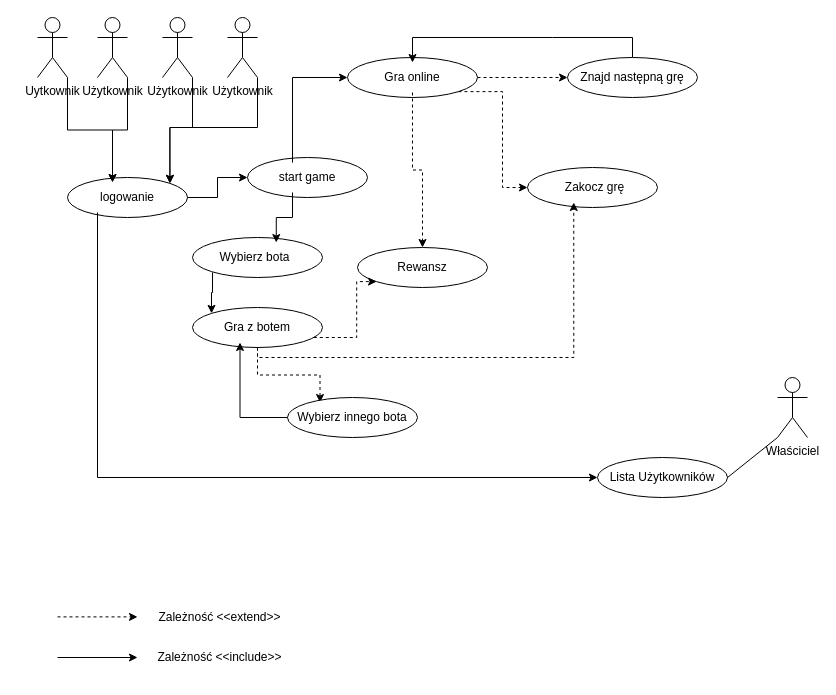
This is diagramy/przypadki uzycia/Diagram1.drawio from vovka-star/1234, a draw.io file, before an edit. Source tidied: cells renumbered, new cells numbered last; positions are measured from the earlier drawing's top-left corner, leaving out a move shared by most shapes. Both pictures are drawn from the tidied source at 100%, with x=0, y=0 at pixel (37, 17).
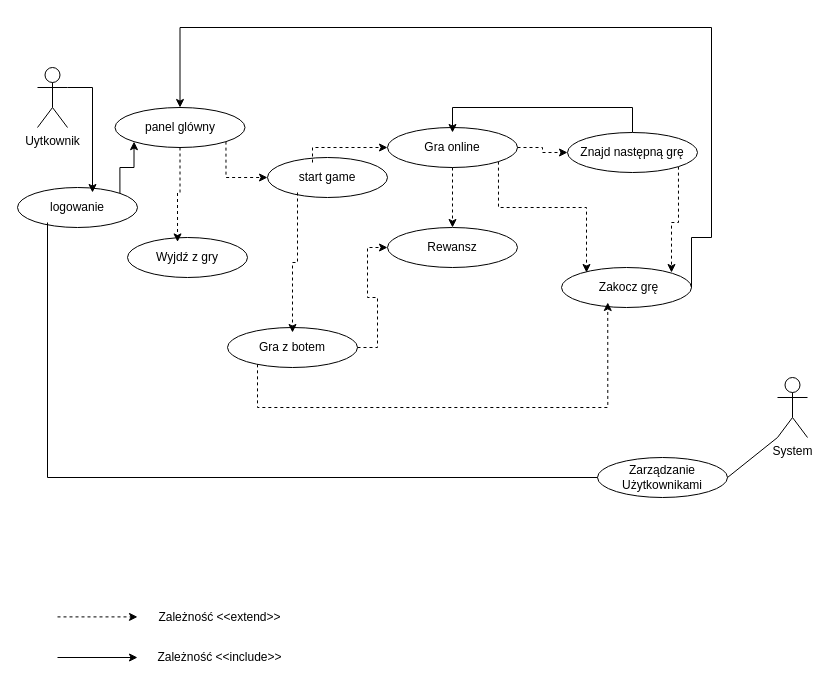
After the change.

Commit message (it also covers changes not shown here):
Przypadkowy diagram update

The change refers to these unchanged cells:
```xml
<mxCell id="8" style="ellipse;whiteSpace=wrap;html=1;shapeInside=1;" parent="7" vertex="1">
  <mxGeometry width="120" height="40" as="geometry" />
</mxCell>
<mxCell id="9" value="logowanie" style="text;html=1;whiteSpace=wrap;strokeColor=none;fillColor=none;align=center;verticalAlign=middle;rounded=0;" parent="7" vertex="1">
  <mxGeometry x="30" y="5" width="60" height="30" as="geometry" />
</mxCell>
<mxCell id="11" style="ellipse;whiteSpace=wrap;html=1;shapeInside=1;" parent="10" vertex="1">
  <mxGeometry width="120" height="40" as="geometry" />
</mxCell>
<mxCell id="12" value="start game" style="text;html=1;whiteSpace=wrap;strokeColor=none;fillColor=none;align=center;verticalAlign=middle;rounded=0;" parent="10" vertex="1">
  <mxGeometry x="30" y="5" width="60" height="30" as="geometry" />
</mxCell>
<mxCell id="17" style="ellipse;whiteSpace=wrap;html=1;shapeInside=1;" parent="16" vertex="1">
  <mxGeometry width="130" height="40" as="geometry" />
</mxCell>
<mxCell id="18" value="Gra online" style="text;html=1;whiteSpace=wrap;strokeColor=none;fillColor=none;align=center;verticalAlign=middle;rounded=0;" parent="16" vertex="1">
  <mxGeometry x="35" y="5" width="60" height="30" as="geometry" />
</mxCell>
<mxCell id="28" style="ellipse;whiteSpace=wrap;html=1;shapeInside=1;" parent="27" vertex="1">
  <mxGeometry width="130" height="40" as="geometry" />
</mxCell>
<mxCell id="29" value="Gra z botem" style="text;html=1;whiteSpace=wrap;strokeColor=none;fillColor=none;align=center;verticalAlign=middle;rounded=0;" parent="27" vertex="1">
  <mxGeometry x="30" y="5" width="70" height="30" as="geometry" />
</mxCell>
<mxCell id="39" style="ellipse;whiteSpace=wrap;html=1;shapeInside=1;strokeColor=default;align=center;verticalAlign=middle;fontFamily=Helvetica;fontSize=12;fontColor=default;fillColor=default;" parent="38" vertex="1">
  <mxGeometry width="130" height="40" as="geometry" />
</mxCell>
<mxCell id="40" value="Zakocz grę" style="text;html=1;whiteSpace=wrap;strokeColor=none;fillColor=none;align=center;verticalAlign=middle;rounded=0;fontFamily=Helvetica;fontSize=12;fontColor=default;" parent="38" vertex="1">
  <mxGeometry x="25" y="5" width="85" height="30" as="geometry" />
</mxCell>
```

Change to the diagram source:
```diff
@@
-    <mxCell id="2" style="edgeStyle=orthogonalEdgeStyle;rounded=0;jettySize=auto;html=1;exitX=1;exitY=1;exitDx=0;exitDy=0;exitPerimeter=0;entryX=0.25;entryY=0;entryDx=0;entryDy=0;fontFamily=Helvetica;fontSize=12;fontColor=default;" parent="1" edge="1" source="3" target="9">
-      <mxGeometry relative="1" as="geometry" />
-    </mxCell>
-    <mxCell id="3" value="Użytkownik" style="shape=umlActor;verticalLabelPosition=bottom;verticalAlign=top;outlineConnect=0;html=1;" parent="1" vertex="1">
-      <mxGeometry x="60" width="30" height="60" as="geometry" />
-    </mxCell>
-    <mxCell id="4" value="Właściciel" style="shape=umlActor;verticalLabelPosition=bottom;verticalAlign=top;html=1;outlineConnect=0;" parent="1" vertex="1">
+    <mxCell id="4" value="System" style="shape=umlActor;verticalLabelPosition=bottom;verticalAlign=top;html=1;outlineConnect=0;" parent="1" vertex="1">
       <mxGeometry x="740" y="360" width="30" height="60" as="geometry" />
     </mxCell>
-    <mxCell id="5" style="edgeStyle=orthogonalEdgeStyle;rounded=0;jettySize=auto;html=1;exitX=1;exitY=1;exitDx=0;exitDy=0;exitPerimeter=0;entryX=1;entryY=0;entryDx=0;entryDy=0;fontFamily=Helvetica;fontSize=12;fontColor=default;" parent="1" edge="1" source="6" target="8">
-      <mxGeometry relative="1" as="geometry" />
-    </mxCell>
-    <mxCell id="6" value="Użytkownik" style="shape=umlActor;verticalLabelPosition=bottom;verticalAlign=top;html=1;outlineConnect=0;" parent="1" vertex="1">
-      <mxGeometry x="190" width="30" height="60" as="geometry" />
-    </mxCell>
     <mxCell id="7" style="group;" parent="1" vertex="1">
-      <mxGeometry x="30" y="160" width="120" height="40" as="geometry" />
+      <mxGeometry x="-20" y="170" width="240" height="90" as="geometry" />
     </mxCell>
@@
+    <mxCell id="55" value="Wyjdź z gry" style="ellipse;whiteSpace=wrap;html=1;shapeInside=1;" parent="7" vertex="1">
+      <mxGeometry x="110" y="50" width="120" height="40" as="geometry" />
+    </mxCell>
     <mxCell id="10" style="group;" parent="1" vertex="1">
-      <mxGeometry x="210" y="140" width="120" height="40" as="geometry" />
+      <mxGeometry x="230" y="140" width="120" height="40" as="geometry" />
     </mxCell>
@@
-    <mxCell id="13" style="group;" parent="1" vertex="1">
-      <mxGeometry x="155" y="220" width="130" height="40" as="geometry" />
-    </mxCell>
-    <mxCell id="14" style="ellipse;whiteSpace=wrap;html=1;shapeInside=1;" parent="13" vertex="1">
-      <mxGeometry width="130" height="40" as="geometry" />
-    </mxCell>
-    <mxCell id="15" value="Wybierz bota" style="text;html=1;whiteSpace=wrap;strokeColor=none;fillColor=none;align=center;verticalAlign=middle;rounded=0;" parent="13" vertex="1">
-      <mxGeometry x="20" y="5" width="85" height="30" as="geometry" />
-    </mxCell>
     <mxCell id="16" style="group;" parent="1" vertex="1">
-      <mxGeometry x="310" y="40" width="130" height="40" as="geometry" />
+      <mxGeometry x="350" y="110" width="130" height="40" as="geometry" />
     </mxCell>
@@
     <mxCell id="19" value="Rewansz" style="ellipse;whiteSpace=wrap;html=1;shapeInside=1;" parent="1" vertex="1">
-      <mxGeometry x="320" y="230" width="130" height="40" as="geometry" />
+      <mxGeometry x="350" y="210" width="130" height="40" as="geometry" />
     </mxCell>
-    <mxCell id="20" style="edgeStyle=orthogonalEdgeStyle;rounded=0;jettySize=auto;html=1;exitX=0.5;exitY=1;exitDx=0;exitDy=0;entryX=0.5;entryY=0;entryDx=0;entryDy=0;dashed=1;" parent="1" edge="1" source="18" target="19">
-      <mxGeometry relative="1" as="geometry" />
-    </mxCell>
     <mxCell id="21" style="edgeStyle=orthogonalEdgeStyle;rounded=0;jettySize=auto;html=1;entryX=0.5;entryY=0;entryDx=0;entryDy=0;fontFamily=Helvetica;fontSize=12;fontColor=default;" parent="1" edge="1" source="22" target="18">
       <mxGeometry relative="1" as="geometry">
         <Array as="points">
-          <mxPoint x="515.1" y="20" />
-          <mxPoint x="305.1" y="20" />
+          <mxPoint x="595" y="90" />
+          <mxPoint x="415" y="90" />
         </Array>
       </mxGeometry>
     </mxCell>
+    <mxCell id="56" style="edgeStyle=orthogonalEdgeStyle;rounded=0;jettySize=auto;html=1;exitX=1;exitY=1;exitDx=0;exitDy=0;entryX=1;entryY=0;entryDx=0;entryDy=0;fontFamily=Helvetica;fontSize=12;fontColor=default;dashed=1;" parent="1" edge="1" source="22" target="40">
+      <mxGeometry relative="1" as="geometry" />
+    </mxCell>
     <mxCell id="22" value="Znajd następną grę" style="ellipse;whiteSpace=wrap;html=1;shapeInside=1;" parent="1" vertex="1">
-      <mxGeometry x="530" y="40" width="130" height="40" as="geometry" />
+      <mxGeometry x="530" y="115" width="130" height="40" as="geometry" />
     </mxCell>
-    <mxCell id="23" style="edgeStyle=orthogonalEdgeStyle;rounded=0;jettySize=auto;html=1;exitX=1;exitY=1;exitDx=0;exitDy=0;exitPerimeter=0;entryX=0.25;entryY=0;entryDx=0;entryDy=0;fontFamily=Helvetica;fontSize=12;fontColor=default;" parent="1" edge="1" source="24" target="9">
+    <mxCell id="23" style="edgeStyle=orthogonalEdgeStyle;rounded=0;jettySize=auto;html=1;exitX=1;exitY=0.3333333333333333;exitDx=0;exitDy=0;exitPerimeter=0;entryX=0.75;entryY=0;entryDx=0;entryDy=0;fontFamily=Helvetica;fontSize=12;fontColor=default;" parent="1" edge="1" source="24" target="9">
       <mxGeometry relative="1" as="geometry" />
     </mxCell>
     <mxCell id="24" value="Uytkownik" style="shape=umlActor;verticalLabelPosition=bottom;verticalAlign=top;html=1;outlineConnect=0;" parent="1" vertex="1">
-      <mxGeometry width="30" height="60" as="geometry" />
+      <mxGeometry y="50" width="30" height="60" as="geometry" />
     </mxCell>
-    <mxCell id="25" style="edgeStyle=orthogonalEdgeStyle;rounded=0;jettySize=auto;html=1;exitX=1;exitY=1;exitDx=0;exitDy=0;exitPerimeter=0;entryX=1;entryY=0;entryDx=0;entryDy=0;fontFamily=Helvetica;fontSize=12;fontColor=default;" parent="1" edge="1" source="26" target="8">
-      <mxGeometry relative="1" as="geometry" />
-    </mxCell>
-    <mxCell id="26" value="Użytkownik" style="shape=umlActor;verticalLabelPosition=bottom;verticalAlign=top;outlineConnect=0;html=1;" parent="1" vertex="1">
-      <mxGeometry x="125" width="30" height="60" as="geometry" />
-    </mxCell>
     <mxCell id="27" style="group;" parent="1" vertex="1">
-      <mxGeometry x="155" y="290" width="130" height="40" as="geometry" />
+      <mxGeometry x="190" y="310" width="130" height="40" as="geometry" />
     </mxCell>
@@
-    <mxCell id="30" style="edgeStyle=orthogonalEdgeStyle;rounded=0;jettySize=auto;html=1;entryX=0;entryY=1;entryDx=0;entryDy=0;dashed=1;" parent="1" edge="1" source="28" target="19">
-      <mxGeometry relative="1" as="geometry">
-        <Array as="points">
-          <mxPoint x="319.2" y="320" />
-        </Array>
-      </mxGeometry>
-    </mxCell>
-    <mxCell id="31" style="edgeStyle=orthogonalEdgeStyle;rounded=0;jettySize=auto;html=1;entryX=0.25;entryY=0;entryDx=0;entryDy=0;dashed=1;" parent="1" edge="1" source="28" target="35">
-      <mxGeometry relative="1" as="geometry" />
-    </mxCell>
@@
-    <mxCell id="33" style="group;" parent="1" vertex="1">
-      <mxGeometry x="250" y="380" width="130" height="40" as="geometry" />
-    </mxCell>
-    <mxCell id="34" style="ellipse;whiteSpace=wrap;html=1;shapeInside=1;" parent="33" vertex="1">
-      <mxGeometry width="130" height="40" as="geometry" />
-    </mxCell>
-    <mxCell id="35" value="Wybierz innego bota" style="text;html=1;whiteSpace=wrap;strokeColor=none;fillColor=none;align=center;verticalAlign=middle;rounded=0;" parent="33" vertex="1">
-      <mxGeometry y="5" width="130" height="30" as="geometry" />
-    </mxCell>
-    <mxCell id="36" value="Lista Użytkowników" style="ellipse;whiteSpace=wrap;html=1;shapeInside=1;strokeColor=default;align=center;verticalAlign=middle;fontFamily=Helvetica;fontSize=12;fontColor=default;fillColor=default;" parent="1" vertex="1">
+    <mxCell id="36" value="Zarządzanie Użytkownikami" style="ellipse;whiteSpace=wrap;html=1;shapeInside=1;strokeColor=default;align=center;verticalAlign=middle;fontFamily=Helvetica;fontSize=12;fontColor=default;fillColor=default;" parent="1" vertex="1">
       <mxGeometry x="560" y="440" width="130" height="40" as="geometry" />
     </mxCell>
@@
     <mxCell id="38" style="group;" parent="1" vertex="1">
-      <mxGeometry x="490" y="150" width="130" height="40" as="geometry" />
+      <mxGeometry x="524" y="250" width="130" height="40" as="geometry" />
     </mxCell>
@@
-    <mxCell id="41" style="edgeStyle=orthogonalEdgeStyle;rounded=0;jettySize=auto;html=1;exitX=1;exitY=1;exitDx=0;exitDy=0;entryX=0;entryY=0.5;entryDx=0;entryDy=0;fontFamily=Helvetica;fontSize=12;fontColor=default;dashed=1;" parent="1" edge="1" source="17" target="39">
-      <mxGeometry relative="1" as="geometry" />
-    </mxCell>
     <mxCell id="42" style="edgeStyle=orthogonalEdgeStyle;rounded=0;jettySize=auto;html=1;entryX=0.25;entryY=1;entryDx=0;entryDy=0;fontFamily=Helvetica;fontSize=12;fontColor=default;dashed=1;" parent="1" edge="1" source="28" target="40">
       <mxGeometry relative="1" as="geometry">
         <Array as="points">
-          <mxPoint x="220" y="340" />
-          <mxPoint x="536.4" y="340" />
+          <mxPoint x="220" y="390" />
+          <mxPoint x="570.3" y="390" />
         </Array>
       </mxGeometry>
     </mxCell>
-    <mxCell id="43" style="edgeStyle=orthogonalEdgeStyle;rounded=0;jettySize=auto;html=1;exitX=0;exitY=1;exitDx=0;exitDy=0;entryX=0;entryY=0;entryDx=0;entryDy=0;fontFamily=Helvetica;fontSize=12;fontColor=default;" parent="1" edge="1" source="15" target="28">
-      <mxGeometry relative="1" as="geometry" />
-    </mxCell>
-    <mxCell id="44" style="edgeStyle=orthogonalEdgeStyle;rounded=0;jettySize=auto;html=1;exitX=0.25;exitY=0;exitDx=0;exitDy=0;entryX=0;entryY=0.5;entryDx=0;entryDy=0;fontFamily=Helvetica;fontSize=12;fontColor=default;" parent="1" edge="1" source="12" target="17">
-      <mxGeometry relative="1" as="geometry" />
+    <mxCell id="44" style="edgeStyle=orthogonalEdgeStyle;rounded=0;jettySize=auto;html=1;exitX=0.25;exitY=0;exitDx=0;exitDy=0;entryX=0;entryY=0.5;entryDx=0;entryDy=0;fontFamily=Helvetica;fontSize=12;fontColor=default;dashed=1;" parent="1" edge="1" source="12" target="17">
+      <mxGeometry relative="1" as="geometry">
+        <Array as="points">
+          <mxPoint x="275" y="130" />
+        </Array>
+      </mxGeometry>
     </mxCell>
-    <mxCell id="45" style="edgeStyle=orthogonalEdgeStyle;rounded=0;jettySize=auto;html=1;exitX=0;exitY=0.5;exitDx=0;exitDy=0;entryX=0.25;entryY=1;entryDx=0;entryDy=0;fontFamily=Helvetica;fontSize=12;fontColor=default;" parent="1" edge="1" source="35" target="29">
-      <mxGeometry relative="1" as="geometry" />
-    </mxCell>
-    <mxCell id="46" style="edgeStyle=orthogonalEdgeStyle;rounded=0;jettySize=auto;html=1;exitX=1;exitY=0.5;exitDx=0;exitDy=0;entryX=0;entryY=0.5;entryDx=0;entryDy=0;fontFamily=Helvetica;fontSize=12;fontColor=default;" parent="1" edge="1" source="8" target="11">
-      <mxGeometry relative="1" as="geometry" />
-    </mxCell>
-    <mxCell id="47" style="edgeStyle=orthogonalEdgeStyle;rounded=0;jettySize=auto;html=1;exitX=0.25;exitY=1;exitDx=0;exitDy=0;entryX=0.75;entryY=0;entryDx=0;entryDy=0;fontFamily=Helvetica;fontSize=12;fontColor=default;" parent="1" edge="1" source="12" target="15">
-      <mxGeometry relative="1" as="geometry" />
-    </mxCell>
-    <mxCell id="48" style="edgeStyle=orthogonalEdgeStyle;rounded=0;jettySize=auto;html=1;exitX=0;exitY=1;exitDx=0;exitDy=0;entryX=0;entryY=0.5;entryDx=0;entryDy=0;fontFamily=Helvetica;fontSize=12;fontColor=default;" parent="1" edge="1" source="9" target="36">
-      <mxGeometry relative="1" as="geometry" />
-    </mxCell>
@@
+    <mxCell id="57" style="edgeStyle=orthogonalEdgeStyle;rounded=0;jettySize=auto;html=1;exitX=1;exitY=1;exitDx=0;exitDy=0;entryX=0;entryY=0.5;entryDx=0;entryDy=0;fontFamily=Helvetica;fontSize=12;fontColor=default;dashed=1;" parent="1" edge="1" source="58" target="11">
+      <mxGeometry relative="1" as="geometry">
+        <Array as="points">
+          <mxPoint x="188.3" y="160" />
+        </Array>
+      </mxGeometry>
+    </mxCell>
+    <mxCell id="58" value="panel glówny" style="ellipse;whiteSpace=wrap;html=1;shapeInside=1;" parent="1" vertex="1">
+      <mxGeometry x="77.5" y="90" width="130" height="40" as="geometry" />
+    </mxCell>
+    <mxCell id="59" style="edgeStyle=orthogonalEdgeStyle;rounded=0;jettySize=auto;html=1;exitX=1;exitY=0;exitDx=0;exitDy=0;entryX=0;entryY=1;entryDx=0;entryDy=0;fontFamily=Helvetica;fontSize=12;fontColor=default;" parent="1" edge="1" source="8" target="58">
+      <mxGeometry relative="1" as="geometry" />
+    </mxCell>
+    <mxCell id="60" style="edgeStyle=orthogonalEdgeStyle;rounded=0;jettySize=auto;html=1;exitX=1;exitY=0.5;exitDx=0;exitDy=0;entryX=0.5;entryY=0;entryDx=0;entryDy=0;fontFamily=Helvetica;fontSize=12;fontColor=default;" parent="1" edge="1" source="39" target="58">
+      <mxGeometry relative="1" as="geometry">
+        <Array as="points">
+          <mxPoint x="674" y="220" />
+          <mxPoint x="674" y="10" />
+          <mxPoint x="142.6" y="10" />
+        </Array>
+      </mxGeometry>
+    </mxCell>
+    <mxCell id="61" style="endArrow=none;html=1;rounded=0;fontFamily=Helvetica;fontSize=12;fontColor=default;entryX=0;entryY=1;entryDx=0;entryDy=0;exitX=0;exitY=0.5;exitDx=0;exitDy=0;" parent="1" edge="1" source="36" target="9">
+      <mxGeometry relative="1" as="geometry">
+        <Array as="points">
+          <mxPoint x="10" y="460" />
+        </Array>
+      </mxGeometry>
+    </mxCell>
+    <mxCell id="62" style="edgeStyle=orthogonalEdgeStyle;rounded=0;jettySize=auto;html=1;exitX=0.5;exitY=1;exitDx=0;exitDy=0;fontFamily=Helvetica;fontSize=12;fontColor=default;dashed=1;" parent="1" edge="1" source="17" target="19">
+      <mxGeometry relative="1" as="geometry" />
+    </mxCell>
+    <mxCell id="30" style="edgeStyle=orthogonalEdgeStyle;rounded=0;jettySize=auto;html=1;exitX=1;exitY=0.5;exitDx=0;exitDy=0;entryX=0;entryY=0.5;entryDx=0;entryDy=0;fontFamily=Helvetica;fontSize=12;fontColor=default;dashed=1;" parent="1" edge="1" source="28" target="19">
+      <mxGeometry relative="1" as="geometry" />
+    </mxCell>
+    <mxCell id="63" style="edgeStyle=orthogonalEdgeStyle;rounded=0;jettySize=auto;html=1;exitX=0;exitY=1;exitDx=0;exitDy=0;entryX=0.5;entryY=0;entryDx=0;entryDy=0;fontFamily=Helvetica;fontSize=12;fontColor=default;dashed=1;" parent="1" edge="1" source="12" target="29">
+      <mxGeometry relative="1" as="geometry" />
+    </mxCell>
+    <mxCell id="64" style="edgeStyle=orthogonalEdgeStyle;rounded=0;jettySize=auto;html=1;exitX=0.5;exitY=1;exitDx=0;exitDy=0;entryX=0.417;entryY=0.111;entryDx=0;entryDy=0;entryPerimeter=0;fontFamily=Helvetica;fontSize=12;fontColor=default;dashed=1;" parent="1" edge="1" source="58" target="55">
+      <mxGeometry relative="1" as="geometry" />
+    </mxCell>
+    <mxCell id="65" style="edgeStyle=orthogonalEdgeStyle;rounded=0;jettySize=auto;html=1;exitX=1;exitY=1;exitDx=0;exitDy=0;entryX=0;entryY=0;entryDx=0;entryDy=0;fontFamily=Helvetica;fontSize=12;fontColor=default;dashed=1;" parent="1" edge="1" source="17" target="40">
+      <mxGeometry relative="1" as="geometry">
+        <Array as="points">
+          <mxPoint x="460.8" y="190" />
+          <mxPoint x="549" y="190" />
+        </Array>
+      </mxGeometry>
+    </mxCell>
```
